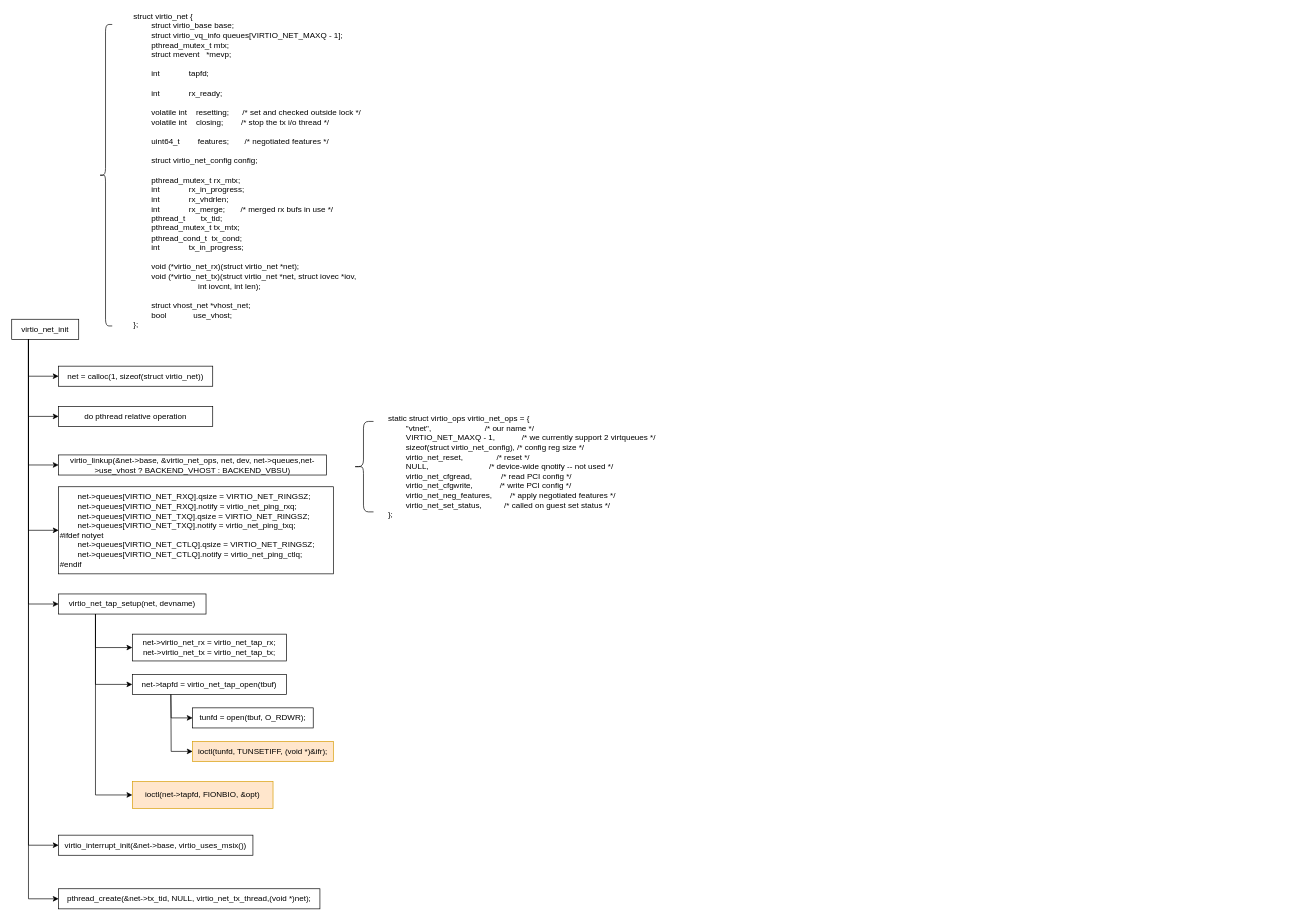
This is virtio_net_backend.drawio from JannaiWu/Drawio, a draw.io file, before an edit. Source tidied: cells renumbered, new cells numbered last; positions are measured from the earlier drawing's top-left corner, leaving out a move shared by most shapes. Both pictures are drawn from the tidied source at 67%, with x=0, y=0 at pixel (11, 14).
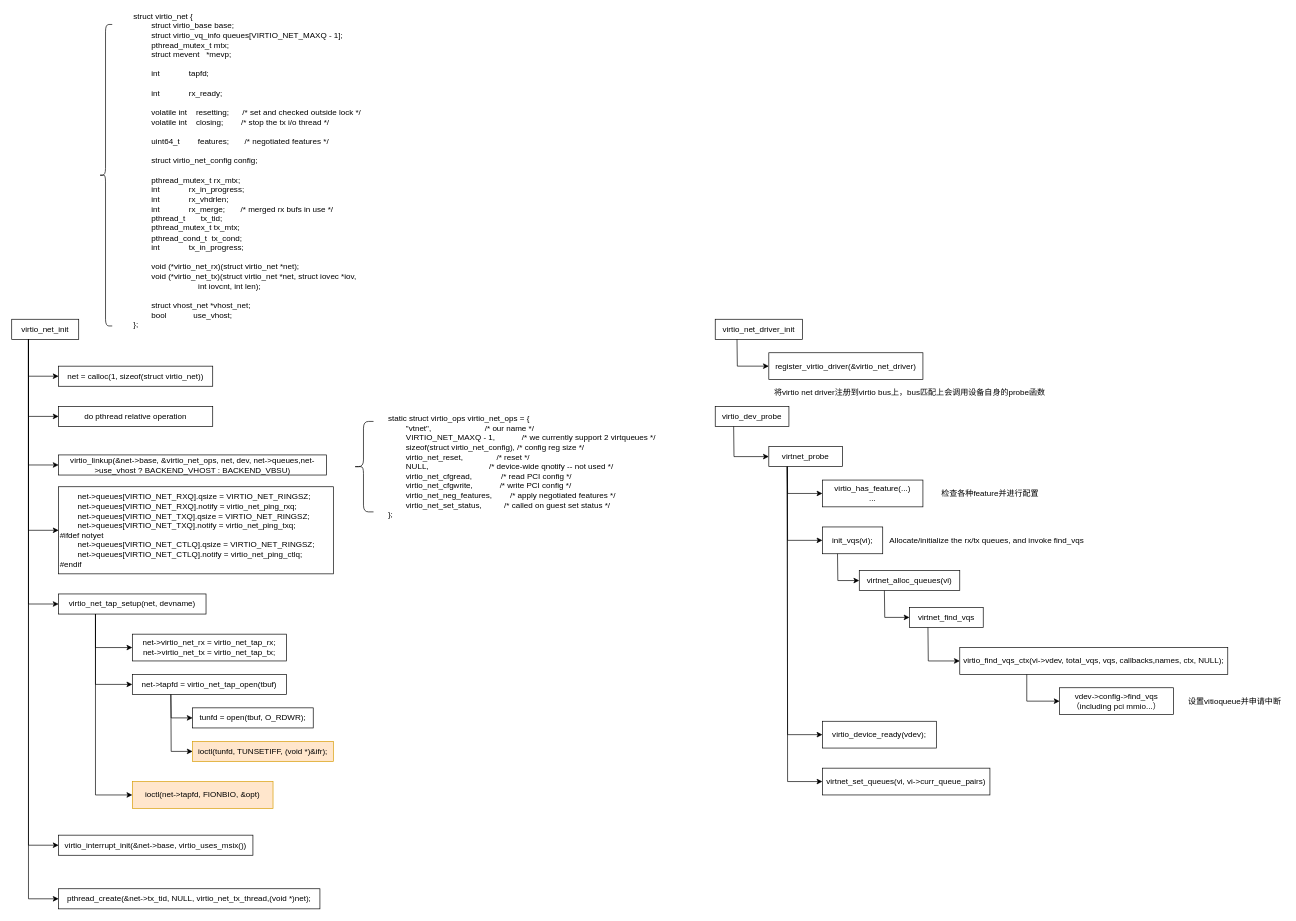
The same page after the edit.

Change to the diagram source:
```diff
@@
+    <mxCell id="31" value="virtnet_probe" style="whiteSpace=wrap;html=1;" parent="1" vertex="1">
+      <mxGeometry x="1130" y="645" width="110" height="30" as="geometry" />
+    </mxCell>
+    <mxCell id="32" value="virtio_net_driver_init" style="whiteSpace=wrap;html=1;" parent="1" vertex="1">
+      <mxGeometry x="1050" y="455" width="130" height="30" as="geometry" />
+    </mxCell>
+    <mxCell id="33" value="register_virtio_driver(&amp;amp;virtio_net_driver)" style="whiteSpace=wrap;html=1;" parent="1" vertex="1">
+      <mxGeometry x="1130" y="505" width="230" height="40" as="geometry" />
+    </mxCell>
+    <mxCell id="34" style="endArrow=classic;html=1;rounded=0;entryX=0;entryY=0.5;entryDx=0;entryDy=0;exitX=0.25;exitY=1;exitDx=0;exitDy=0;" parent="1" edge="1" source="32" target="33">
+      <mxGeometry relative="1" as="geometry">
+        <Array as="points">
+          <mxPoint x="1083" y="525" />
+        </Array>
+      </mxGeometry>
+    </mxCell>
+    <mxCell id="35" value="将virtio net driver注册到virtio bus上，bus匹配上会调用设备自身的probe函数" style="text;html=1;align=center;verticalAlign=middle;strokeColor=none;fillColor=none;" parent="1" vertex="1">
+      <mxGeometry x="1130" y="555" width="420" height="20" as="geometry" />
+    </mxCell>
+    <mxCell id="36" value="virtio_has_feature(...)&lt;br&gt;..." style="whiteSpace=wrap;html=1;" parent="1" vertex="1">
+      <mxGeometry x="1210" y="695" width="150" height="40" as="geometry" />
+    </mxCell>
+    <mxCell id="37" value="检查各种feature并进行配置" style="text;html=1;align=center;verticalAlign=middle;strokeColor=none;fillColor=none;" parent="1" vertex="1">
+      <mxGeometry x="1380" y="705" width="160" height="20" as="geometry" />
+    </mxCell>
+    <mxCell id="38" value="virtio_dev_probe" style="whiteSpace=wrap;html=1;" parent="1" vertex="1">
+      <mxGeometry x="1050" y="585" width="110" height="30" as="geometry" />
+    </mxCell>
+    <mxCell id="39" style="endArrow=classic;html=1;rounded=0;entryX=0;entryY=0.5;entryDx=0;entryDy=0;exitX=0.25;exitY=1;exitDx=0;exitDy=0;" parent="1" edge="1" source="38" target="31">
+      <mxGeometry relative="1" as="geometry">
+        <Array as="points">
+          <mxPoint x="1078" y="660" />
+        </Array>
+      </mxGeometry>
+    </mxCell>
+    <mxCell id="40" style="endArrow=classic;html=1;rounded=0;entryX=0;entryY=0.5;entryDx=0;entryDy=0;exitX=0.25;exitY=1;exitDx=0;exitDy=0;" parent="1" edge="1" source="31" target="36">
+      <mxGeometry relative="1" as="geometry">
+        <Array as="points">
+          <mxPoint x="1158" y="715" />
+        </Array>
+      </mxGeometry>
+    </mxCell>
+    <mxCell id="41" value="init_vqs(vi);" style="whiteSpace=wrap;html=1;" parent="1" vertex="1">
+      <mxGeometry x="1210" y="765" width="90" height="40" as="geometry" />
+    </mxCell>
+    <mxCell id="42" style="endArrow=classic;html=1;rounded=0;entryX=0;entryY=0.5;entryDx=0;entryDy=0;exitX=0.25;exitY=1;exitDx=0;exitDy=0;" parent="1" edge="1" source="31" target="41">
+      <mxGeometry relative="1" as="geometry">
+        <Array as="points">
+          <mxPoint x="1158" y="785" />
+        </Array>
+      </mxGeometry>
+    </mxCell>
+    <mxCell id="43" value="Allocate/initialize the rx/tx queues, and invoke find_vqs" style="text;html=1;align=center;verticalAlign=middle;strokeColor=none;fillColor=none;" parent="1" vertex="1">
+      <mxGeometry x="1300" y="775" width="310" height="20" as="geometry" />
+    </mxCell>
+    <mxCell id="44" value="virtnet_alloc_queues(vi)" style="whiteSpace=wrap;html=1;" parent="1" vertex="1">
+      <mxGeometry x="1265" y="830" width="150" height="30" as="geometry" />
+    </mxCell>
+    <mxCell id="45" style="endArrow=classic;html=1;rounded=0;entryX=0;entryY=0.5;entryDx=0;entryDy=0;exitX=0.25;exitY=1;exitDx=0;exitDy=0;" parent="1" edge="1" source="41" target="44">
+      <mxGeometry relative="1" as="geometry">
+        <Array as="points">
+          <mxPoint x="1233" y="845" />
+        </Array>
+      </mxGeometry>
+    </mxCell>
+    <mxCell id="46" value="virtnet_find_vqs" style="whiteSpace=wrap;html=1;" parent="1" vertex="1">
+      <mxGeometry x="1340" y="885" width="110" height="30" as="geometry" />
+    </mxCell>
+    <mxCell id="47" style="endArrow=classic;html=1;rounded=0;entryX=0;entryY=0.5;entryDx=0;entryDy=0;exitX=0.25;exitY=1;exitDx=0;exitDy=0;" parent="1" edge="1" source="44" target="46">
+      <mxGeometry relative="1" as="geometry">
+        <Array as="points">
+          <mxPoint x="1303" y="900" />
+        </Array>
+      </mxGeometry>
+    </mxCell>
+    <mxCell id="48" value="virtio_find_vqs_ctx(vi-&amp;gt;vdev, total_vqs, vqs, callbacks,names, ctx, NULL);" style="whiteSpace=wrap;html=1;" parent="1" vertex="1">
+      <mxGeometry x="1415" y="945" width="400" height="40" as="geometry" />
+    </mxCell>
+    <mxCell id="49" style="endArrow=classic;html=1;rounded=0;entryX=0;entryY=0.5;entryDx=0;entryDy=0;exitX=0.25;exitY=1;exitDx=0;exitDy=0;" parent="1" edge="1" source="46" target="48">
+      <mxGeometry relative="1" as="geometry">
+        <Array as="points">
+          <mxPoint x="1368" y="965" />
+        </Array>
+      </mxGeometry>
+    </mxCell>
+    <mxCell id="50" value="vdev-&amp;gt;config-&amp;gt;find_vqs&lt;br&gt;（including pci mmio...）" style="whiteSpace=wrap;html=1;" parent="1" vertex="1">
+      <mxGeometry x="1564" y="1005" width="170" height="40" as="geometry" />
+    </mxCell>
+    <mxCell id="51" style="endArrow=classic;html=1;rounded=0;entryX=0;entryY=0.5;entryDx=0;entryDy=0;exitX=0.25;exitY=1;exitDx=0;exitDy=0;" parent="1" edge="1" source="48" target="50">
+      <mxGeometry relative="1" as="geometry">
+        <Array as="points">
+          <mxPoint x="1515" y="1025" />
+        </Array>
+      </mxGeometry>
+    </mxCell>
+    <mxCell id="52" value="virtio_device_ready(vdev);" style="whiteSpace=wrap;html=1;" parent="1" vertex="1">
+      <mxGeometry x="1210" y="1055" width="170" height="40" as="geometry" />
+    </mxCell>
+    <mxCell id="53" style="endArrow=classic;html=1;rounded=0;entryX=0;entryY=0.5;entryDx=0;entryDy=0;exitX=0.25;exitY=1;exitDx=0;exitDy=0;" parent="1" edge="1" source="31" target="52">
+      <mxGeometry relative="1" as="geometry">
+        <Array as="points">
+          <mxPoint x="1158" y="1075" />
+        </Array>
+      </mxGeometry>
+    </mxCell>
+    <mxCell id="54" value="virtnet_set_queues(vi, vi-&amp;gt;curr_queue_pairs)" style="whiteSpace=wrap;html=1;" parent="1" vertex="1">
+      <mxGeometry x="1210" y="1125" width="250" height="40" as="geometry" />
+    </mxCell>
+    <mxCell id="55" style="endArrow=classic;html=1;rounded=0;entryX=0;entryY=0.5;entryDx=0;entryDy=0;exitX=0.25;exitY=1;exitDx=0;exitDy=0;" parent="1" edge="1" source="31" target="54">
+      <mxGeometry relative="1" as="geometry">
+        <Array as="points">
+          <mxPoint x="1158" y="1145" />
+        </Array>
+      </mxGeometry>
+    </mxCell>
+    <mxCell id="56" value="设置vitioqueue并申请中断" style="text;html=1;align=center;verticalAlign=middle;strokeColor=none;fillColor=none;" parent="1" vertex="1">
+      <mxGeometry x="1750" y="1015" width="150" height="20" as="geometry" />
+    </mxCell>
```
